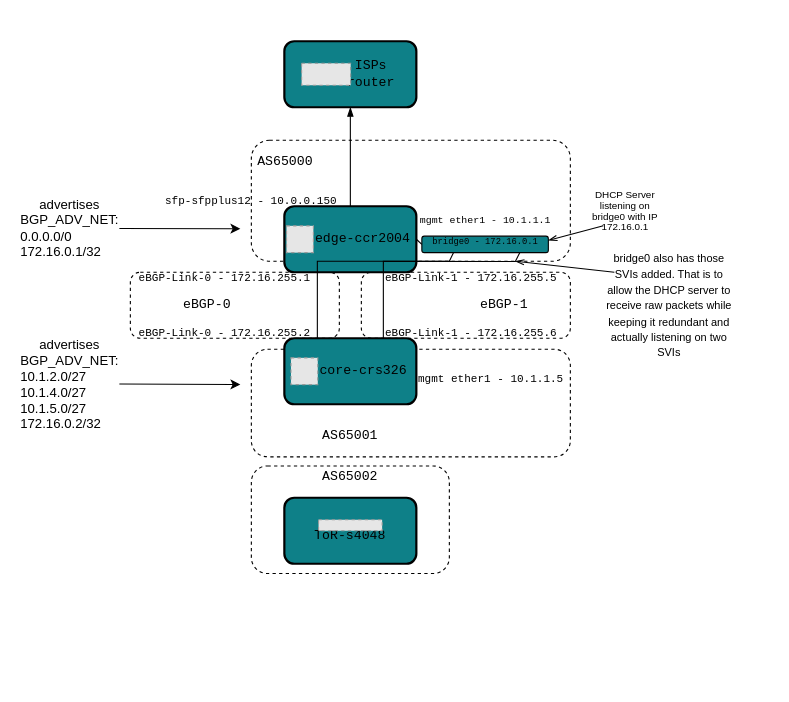
Andreansx/Networking-lab keeps this draw.io diagram as media/logical_diagram.drawio. Above is the earlier version. Source tidied: cells renumbered, new cells numbered last; positions are measured from the earlier drawing's top-left corner, leaving out a move shared by most shapes. Both pictures are drawn from the tidied source at 110%, with x=0, y=0 at pixel (20, 41). Pictures stored in the file or linked from it are replaced by grey dashed boxes.
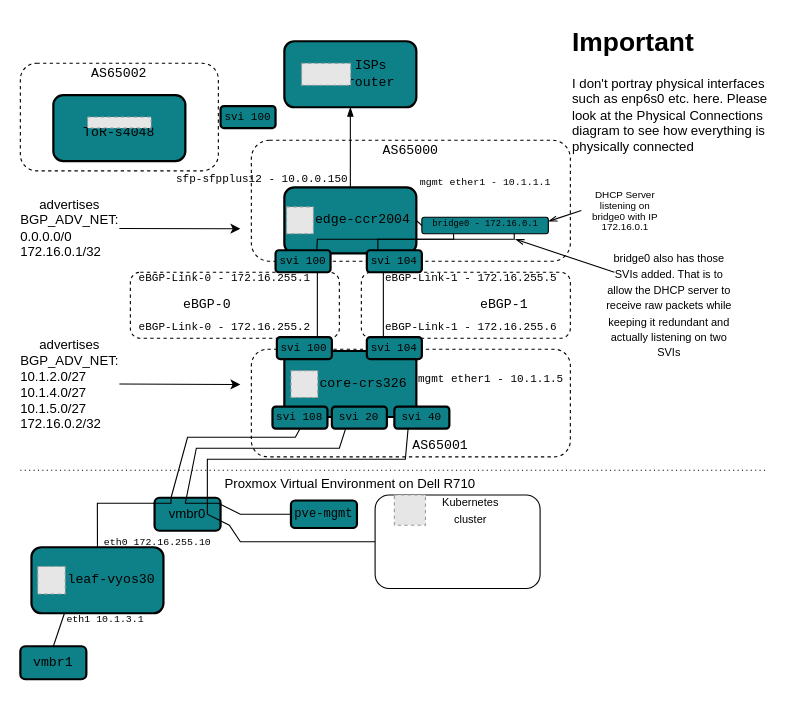
The same page after the edit.

The change refers to these unchanged cells:
```xml
<mxCell id="39" value="&lt;div style=&quot;line-height: 80%;&quot;&gt;&lt;font style=&quot;font-size: 9px; line-height: 80%;&quot;&gt;DHCP Server listening on bridge0 with IP 172.16.0.1&lt;/font&gt;&lt;/div&gt;" style="text;html=1;align=center;verticalAlign=middle;whiteSpace=wrap;rounded=0;" parent="1" vertex="1">
  <mxGeometry x="510" y="140" width="80" height="27.8" as="geometry" />
</mxCell>
```

Diff of the diagram source:
```diff
@@
+    <mxCell id="47" style="endArrow=none;dashed=1;html=1;dashPattern=1 3;strokeWidth=1;rounded=0;" parent="1" edge="1">
+      <mxGeometry relative="1" as="geometry">
+        <mxPoint y="390" as="sourcePoint" />
+        <mxPoint x="680" y="390" as="targetPoint" />
+      </mxGeometry>
+    </mxCell>
     <mxCell id="2" style="rounded=1;whiteSpace=wrap;html=1;fillColor=none;dashed=1;strokeColor=light-dark(#000000,#3333FF);" parent="1" vertex="1">
-      <mxGeometry x="210" y="386.1" width="180" height="97.8" as="geometry" />
+      <mxGeometry y="20" width="180" height="97.8" as="geometry" />
     </mxCell>
@@
-    <mxCell id="7" style="endArrow=none;html=1;rounded=0;exitX=0.25;exitY=0;exitDx=0;exitDy=0;entryX=0.25;entryY=1;entryDx=0;entryDy=0;" parent="1" edge="1" source="14" target="11">
-      <mxGeometry relative="1" as="geometry" />
+    <mxCell id="7" style="endArrow=none;html=1;rounded=0;" parent="1" edge="1">
+      <mxGeometry relative="1" as="geometry">
+        <mxPoint x="270" y="270" as="sourcePoint" />
+        <mxPoint x="270" y="210" as="targetPoint" />
+      </mxGeometry>
     </mxCell>
@@
     <mxCell id="10" style="rounded=1;whiteSpace=wrap;html=1;fillColor=light-dark(#0E8088,#1A1A1A);strokeColor=light-dark(#000000,#333333);strokeWidth=1;" parent="1" vertex="1">
-      <mxGeometry x="365" y="177.2" width="115" height="15" as="geometry" />
+      <mxGeometry x="365" y="160" width="115" height="15" as="geometry" />
     </mxCell>
     <mxCell id="11" style="rounded=1;whiteSpace=wrap;html=1;fillColor=light-dark(#0E8088,#1A1A1A);strokeColor=light-dark(#000000,#333333);strokeWidth=2;" parent="1" vertex="1">
-      <mxGeometry x="240" y="150" width="120" height="60" as="geometry" />
+      <mxGeometry x="240" y="132.8" width="120" height="60" as="geometry" />
     </mxCell>
     <mxCell id="12" style="fillColor=#E6E6E6;strokeColor=#999999;dashed=1;verticalLabelPosition=bottom;verticalAlign=top;" parent="1" vertex="1">
-      <mxGeometry x="242" y="167.8" width="24.4" height="24.4" as="geometry" />
+      <mxGeometry x="242" y="150.6" width="24.4" height="24.4" as="geometry" />
     </mxCell>
     <mxCell id="13" value="&lt;pre&gt;edge-ccr2004&lt;/pre&gt;" style="text;html=1;align=center;verticalAlign=middle;whiteSpace=wrap;rounded=0;" parent="1" vertex="1">
-      <mxGeometry x="266.4" y="175" width="90.6" height="10" as="geometry" />
+      <mxGeometry x="266.4" y="157.8" width="90.6" height="10" as="geometry" />
     </mxCell>
     <mxCell id="14" style="rounded=1;whiteSpace=wrap;html=1;fillColor=light-dark(#0E8088,#1A1A1A);strokeColor=light-dark(#000000,#333333);strokeWidth=2;" parent="1" vertex="1">
-      <mxGeometry x="240" y="270" width="120" height="60" as="geometry" />
+      <mxGeometry x="240" y="281.6" width="120" height="60" as="geometry" />
     </mxCell>
     <mxCell id="15" style="fillColor=#E6E6E6;strokeColor=#999999;dashed=1;verticalLabelPosition=bottom;verticalAlign=top;" parent="1" vertex="1">
-      <mxGeometry x="246" y="287.8" width="24.4" height="24.4" as="geometry" />
+      <mxGeometry x="246" y="299.5" width="24.4" height="24.4" as="geometry" />
     </mxCell>
     <mxCell id="16" value="&lt;pre&gt;core-crs326&lt;/pre&gt;" style="text;html=1;align=center;verticalAlign=middle;whiteSpace=wrap;rounded=0;" parent="1" vertex="1">
-      <mxGeometry x="270.4" y="295" width="83.6" height="10" as="geometry" />
+      <mxGeometry x="270.4" y="306.6" width="83.6" height="10" as="geometry" />
     </mxCell>
@@
     <mxCell id="18" value="&lt;pre&gt;&lt;font style=&quot;font-size: 10px;&quot;&gt;eBGP-Link-0 - 172.16.255.2&lt;/font&gt;&lt;/pre&gt;" style="text;html=1;align=center;verticalAlign=middle;whiteSpace=wrap;rounded=0;" parent="1" vertex="1">
-      <mxGeometry x="106.4" y="260" width="160" height="10" as="geometry" />
+      <mxGeometry x="106.4" y="255" width="160" height="10" as="geometry" />
     </mxCell>
@@
     <mxCell id="20" value="&lt;pre&gt;&lt;font style=&quot;font-size: 10px;&quot;&gt;eBGP-Link-1 - 172.16.255.6&lt;/font&gt;&lt;/pre&gt;" style="text;html=1;align=center;verticalAlign=middle;whiteSpace=wrap;rounded=0;" parent="1" vertex="1">
-      <mxGeometry x="330" y="260" width="160" height="10" as="geometry" />
+      <mxGeometry x="330" y="255" width="160" height="10" as="geometry" />
     </mxCell>
@@
     <mxCell id="23" value="&lt;pre&gt;&lt;font style=&quot;font-size: 10px;&quot;&gt;sfp-sfpplus12 - 10.0.0.150&lt;/font&gt;&lt;/pre&gt;" style="text;html=1;align=center;verticalAlign=middle;whiteSpace=wrap;rounded=0;" parent="1" vertex="1">
-      <mxGeometry x="130" y="140" width="160" height="10" as="geometry" />
+      <mxGeometry x="140.3" y="120" width="160" height="10" as="geometry" />
     </mxCell>
@@
     <mxCell id="26" value="&lt;pre&gt;&lt;font style=&quot;font-size: 9px;&quot;&gt;mgmt ether1 - 10.1.1.1&lt;/font&gt;&lt;/pre&gt;" style="text;html=1;align=center;verticalAlign=middle;whiteSpace=wrap;rounded=0;" parent="1" vertex="1">
-      <mxGeometry x="362.5" y="157.8" width="120" height="10" as="geometry" />
+      <mxGeometry x="362.5" y="122.8" width="120" height="10" as="geometry" />
     </mxCell>
     <mxCell id="27" value="&lt;pre&gt;AS65000&lt;/pre&gt;" style="text;html=1;align=center;verticalAlign=middle;whiteSpace=wrap;rounded=0;fontColor=light-dark(#000000,#3333FF);" parent="1" vertex="1">
-      <mxGeometry x="216.4" y="100" width="50" height="20" as="geometry" />
+      <mxGeometry x="330" y="90" width="50" height="20" as="geometry" />
     </mxCell>
     <mxCell id="28" value="&lt;pre&gt;AS65001&lt;/pre&gt;" style="text;html=1;align=center;verticalAlign=middle;whiteSpace=wrap;rounded=0;fontColor=light-dark(#000000,#3333FF);" parent="1" vertex="1">
-      <mxGeometry x="275" y="348.9" width="50" height="20" as="geometry" />
+      <mxGeometry x="357" y="357.8" width="50" height="20" as="geometry" />
     </mxCell>
@@
     <mxCell id="33" value="&lt;pre&gt;&lt;font style=&quot;font-size: 8px;&quot;&gt;bridge0 - 172.16.0.1&lt;/font&gt;&lt;/pre&gt;" style="text;html=1;align=center;verticalAlign=middle;whiteSpace=wrap;rounded=0;" parent="1" vertex="1">
-      <mxGeometry x="372.5" y="177.2" width="100" height="10" as="geometry" />
+      <mxGeometry x="372.5" y="160" width="100" height="10" as="geometry" />
     </mxCell>
@@
-    <mxCell id="37" style="endArrow=none;html=1;rounded=0;entryX=0.25;entryY=1;entryDx=0;entryDy=0;strokeColor=light-dark(#000000,#E84816);" parent="1" edge="1" target="10">
-      <mxGeometry relative="1" as="geometry">
-        <mxPoint x="270" y="210" as="sourcePoint" />
-        <Array as="points">
-          <mxPoint x="270" y="200" />
-          <mxPoint x="390" y="200" />
-        </Array>
-      </mxGeometry>
-    </mxCell>
-    <mxCell id="38" style="endArrow=none;html=1;rounded=0;entryX=0.25;entryY=1;entryDx=0;entryDy=0;strokeColor=light-dark(#000000,#E84816);" parent="1" edge="1">
-      <mxGeometry relative="1" as="geometry">
-        <mxPoint x="330" y="210.2" as="sourcePoint" />
-        <mxPoint x="454" y="192.2" as="targetPoint" />
-        <Array as="points">
-          <mxPoint x="330" y="200" />
-          <mxPoint x="450" y="200.2" />
-        </Array>
-      </mxGeometry>
-    </mxCell>
@@
-    <mxCell id="40" style="endArrow=openThin;html=1;rounded=0;exitX=0.25;exitY=1;exitDx=0;exitDy=0;entryX=1;entryY=0.25;entryDx=0;entryDy=0;endFill=0;" parent="1" edge="1" source="39" target="10">
+    <mxCell id="40" style="endArrow=openThin;html=1;rounded=0;exitX=0;exitY=0.5;exitDx=0;exitDy=0;entryX=1;entryY=0.25;entryDx=0;entryDy=0;endFill=0;" parent="1" edge="1" source="39" target="10">
       <mxGeometry relative="1" as="geometry" />
     </mxCell>
     <mxCell id="41" style="endArrow=openThin;html=1;rounded=0;endFill=0;strokeColor=light-dark(#000000,#E84816);jumpStyle=none;flowAnimation=0;shadow=0;" parent="1" edge="1">
       <mxGeometry relative="1" as="geometry">
         <mxPoint x="540" y="210" as="sourcePoint" />
-        <mxPoint x="450" y="200" as="targetPoint" />
+        <mxPoint x="450" y="180" as="targetPoint" />
       </mxGeometry>
     </mxCell>
@@
     <mxCell id="43" style="rounded=1;whiteSpace=wrap;html=1;fillColor=light-dark(#0E8088,#1A1A1A);strokeColor=light-dark(#000000,#333333);strokeWidth=2;" parent="1" vertex="1">
-      <mxGeometry x="240" y="415" width="120" height="60" as="geometry" />
+      <mxGeometry x="30" y="48.9" width="120" height="60" as="geometry" />
     </mxCell>
     <mxCell id="44" value="&lt;pre&gt;ToR-s4048&lt;/pre&gt;" style="text;html=1;align=center;verticalAlign=middle;whiteSpace=wrap;rounded=0;" parent="1" vertex="1">
-      <mxGeometry x="268.2" y="445" width="63.6" height="10" as="geometry" />
+      <mxGeometry x="58.2" y="78.9" width="63.6" height="10" as="geometry" />
     </mxCell>
     <mxCell id="45" style="fillColor=#E6E6E6;strokeColor=#999999;dashed=1;verticalLabelPosition=bottom;verticalAlign=top;" parent="1" vertex="1">
-      <mxGeometry x="271.1" y="435" width="57.8" height="10" as="geometry" />
+      <mxGeometry x="61.1" y="68.9" width="57.8" height="10" as="geometry" />
     </mxCell>
     <mxCell id="46" value="&lt;pre&gt;AS65002&lt;/pre&gt;" style="text;html=1;align=center;verticalAlign=middle;whiteSpace=wrap;rounded=0;fontColor=light-dark(#000000,#3333FF);" parent="1" vertex="1">
-      <mxGeometry x="275" y="386.1" width="50" height="20" as="geometry" />
+      <mxGeometry x="65" y="20" width="50" height="20" as="geometry" />
     </mxCell>
+    <mxCell id="48" value="&lt;pre&gt;&lt;font style=&quot;font-size: 10px;&quot;&gt;svi 100&lt;/font&gt;&lt;/pre&gt;" style="rounded=1;whiteSpace=wrap;html=1;fillColor=light-dark(#0E8088,#1A1A1A);strokeColor=light-dark(#000000,#333333);strokeWidth=2;" parent="1" vertex="1">
+      <mxGeometry x="232" y="190" width="50" height="20" as="geometry" />
+    </mxCell>
+    <mxCell id="49" value="&lt;pre&gt;&lt;font style=&quot;font-size: 10px;&quot;&gt;svi 100&lt;/font&gt;&lt;/pre&gt;" style="rounded=1;whiteSpace=wrap;html=1;fillColor=light-dark(#0E8088,#1A1A1A);strokeColor=light-dark(#000000,#333333);strokeWidth=2;" parent="1" vertex="1">
+      <mxGeometry x="182" y="58.9" width="50" height="20" as="geometry" />
+    </mxCell>
+    <mxCell id="50" value="&lt;pre&gt;&lt;font style=&quot;font-size: 10px;&quot;&gt;svi 104&lt;/font&gt;&lt;/pre&gt;" style="rounded=1;whiteSpace=wrap;html=1;fillColor=light-dark(#0E8088,#1A1A1A);strokeColor=light-dark(#000000,#333333);strokeWidth=2;" parent="1" vertex="1">
+      <mxGeometry x="315" y="190" width="50" height="20" as="geometry" />
+    </mxCell>
+    <mxCell id="51" style="endArrow=none;html=1;rounded=0;exitX=0.75;exitY=0;exitDx=0;exitDy=0;entryX=0.25;entryY=1;entryDx=0;entryDy=0;strokeColor=light-dark(#000000,#E84816);" parent="1" edge="1" source="48" target="10">
+      <mxGeometry relative="1" as="geometry">
+        <Array as="points">
+          <mxPoint x="270" y="180" />
+          <mxPoint x="394" y="180" />
+        </Array>
+      </mxGeometry>
+    </mxCell>
+    <mxCell id="52" style="endArrow=none;html=1;rounded=0;exitX=0.75;exitY=0;exitDx=0;exitDy=0;entryX=0.25;entryY=1;entryDx=0;entryDy=0;strokeColor=light-dark(#000000,#E84816);" parent="1" edge="1">
+      <mxGeometry relative="1" as="geometry">
+        <mxPoint x="325" y="190" as="sourcePoint" />
+        <mxPoint x="449" y="175" as="targetPoint" />
+        <Array as="points">
+          <mxPoint x="325" y="180" />
+          <mxPoint x="449" y="180" />
+        </Array>
+      </mxGeometry>
+    </mxCell>
+    <mxCell id="53" value="&lt;pre&gt;&lt;font style=&quot;font-size: 10px;&quot;&gt;svi 100&lt;/font&gt;&lt;/pre&gt;" style="rounded=1;whiteSpace=wrap;html=1;fillColor=light-dark(#0E8088,#1A1A1A);strokeColor=light-dark(#000000,#333333);strokeWidth=2;" parent="1" vertex="1">
+      <mxGeometry x="233.2" y="268.9" width="50" height="20" as="geometry" />
+    </mxCell>
+    <mxCell id="54" value="&lt;pre&gt;&lt;font style=&quot;font-size: 10px;&quot;&gt;svi 104&lt;/font&gt;&lt;/pre&gt;" style="rounded=1;whiteSpace=wrap;html=1;fillColor=light-dark(#0E8088,#1A1A1A);strokeColor=light-dark(#000000,#333333);strokeWidth=2;" parent="1" vertex="1">
+      <mxGeometry x="315" y="268.9" width="50" height="20" as="geometry" />
+    </mxCell>
+    <mxCell id="55" value="Proxmox Virtual Environment on Dell R710" style="text;html=1;align=center;verticalAlign=middle;whiteSpace=wrap;rounded=0;" parent="1" vertex="1">
+      <mxGeometry x="185" y="392.5" width="230" height="20" as="geometry" />
+    </mxCell>
+    <mxCell id="56" style="rounded=1;whiteSpace=wrap;html=1;fillColor=light-dark(#0E8088,#1A1A1A);strokeColor=light-dark(#000000,#333333);strokeWidth=2;" parent="1" vertex="1">
+      <mxGeometry x="122" y="415" width="60" height="30" as="geometry" />
+    </mxCell>
+    <mxCell id="57" value="vmbr0" style="text;html=1;align=center;verticalAlign=middle;whiteSpace=wrap;rounded=0;" parent="1" vertex="1">
+      <mxGeometry x="132.2" y="425" width="39.6" height="10" as="geometry" />
+    </mxCell>
+    <mxCell id="58" value="&lt;h1 style=&quot;margin-top: 0px;&quot;&gt;Important&lt;/h1&gt;&lt;p&gt;I don't portray physical interfaces such as enp6s0 etc. here. Please look at the Physical Connections diagram to see how everything is physically connected&lt;/p&gt;" style="text;html=1;whiteSpace=wrap;overflow=hidden;rounded=0;" parent="1" vertex="1">
+      <mxGeometry x="500" y="-20" width="180" height="120" as="geometry" />
+    </mxCell>
+    <mxCell id="59" value="&lt;pre&gt;&lt;font style=&quot;font-size: 10px;&quot;&gt;svi 108&lt;/font&gt;&lt;/pre&gt;" style="rounded=1;whiteSpace=wrap;html=1;fillColor=light-dark(#0E8088,#1A1A1A);strokeColor=light-dark(#000000,#333333);strokeWidth=2;" parent="1" vertex="1">
+      <mxGeometry x="229.2" y="332.2" width="50" height="20" as="geometry" />
+    </mxCell>
+    <mxCell id="60" style="endArrow=none;html=1;rounded=0;exitX=0.25;exitY=0;exitDx=0;exitDy=0;entryX=0.5;entryY=1;entryDx=0;entryDy=0;strokeColor=light-dark(#000000,#E84816);" parent="1" edge="1" source="56" target="59">
+      <mxGeometry relative="1" as="geometry">
+        <Array as="points">
+          <mxPoint x="152" y="360" />
+          <mxPoint x="250" y="360" />
+        </Array>
+      </mxGeometry>
+    </mxCell>
+    <mxCell id="61" style="rounded=1;whiteSpace=wrap;html=1;fillColor=light-dark(#0E8088,#1A1A1A);strokeColor=light-dark(#000000,#333333);strokeWidth=2;" parent="1" vertex="1">
+      <mxGeometry x="10.1" y="460" width="120" height="60" as="geometry" />
+    </mxCell>
+    <mxCell id="62" value="&lt;pre&gt;leaf-vyos30&lt;/pre&gt;" style="text;html=1;align=center;verticalAlign=middle;whiteSpace=wrap;rounded=0;" parent="1" vertex="1">
+      <mxGeometry x="40.8" y="485" width="83.6" height="10" as="geometry" />
+    </mxCell>
+    <mxCell id="63" style="fillColor=#E6E6E6;strokeColor=#999999;dashed=1;verticalLabelPosition=bottom;verticalAlign=top;" parent="1" vertex="1">
+      <mxGeometry x="15.8" y="477.5" width="25" height="25" as="geometry" />
+    </mxCell>
+    <mxCell id="64" style="endArrow=none;html=1;rounded=0;exitX=0.5;exitY=0;exitDx=0;exitDy=0;entryX=0.25;entryY=0;entryDx=0;entryDy=0;strokeColor=light-dark(#000000,#E84816);" parent="1" edge="1" source="61" target="56">
+      <mxGeometry relative="1" as="geometry">
+        <Array as="points">
+          <mxPoint x="70" y="420" />
+          <mxPoint x="137" y="420" />
+        </Array>
+      </mxGeometry>
+    </mxCell>
+    <mxCell id="65" value="&lt;pre&gt;&lt;font style=&quot;font-size: 9px;&quot;&gt;eth0 172.16.255.10&lt;/font&gt;&lt;/pre&gt;" style="text;html=1;align=center;verticalAlign=middle;whiteSpace=wrap;rounded=0;" parent="1" vertex="1">
+      <mxGeometry x="79.9" y="450" width="90" height="10" as="geometry" />
+    </mxCell>
+    <mxCell id="66" value="&lt;pre&gt;&lt;font style=&quot;font-size: 11px;&quot;&gt;pve-mgmt&lt;/font&gt;&lt;/pre&gt;" style="rounded=1;whiteSpace=wrap;html=1;fillColor=light-dark(#0E8088,#1A1A1A);strokeColor=light-dark(#000000,#333333);strokeWidth=2;" parent="1" vertex="1">
+      <mxGeometry x="246" y="417.5" width="60" height="25" as="geometry" />
+    </mxCell>
+    <mxCell id="67" value="&lt;pre&gt;&lt;font style=&quot;font-size: 10px;&quot;&gt;svi 20&lt;/font&gt;&lt;/pre&gt;" style="rounded=1;whiteSpace=wrap;html=1;fillColor=light-dark(#0E8088,#1A1A1A);strokeColor=light-dark(#000000,#333333);strokeWidth=2;" parent="1" vertex="1">
+      <mxGeometry x="283.2" y="332.2" width="50" height="20" as="geometry" />
+    </mxCell>
+    <mxCell id="68" style="endArrow=none;html=1;rounded=0;entryX=0.25;entryY=1;entryDx=0;entryDy=0;exitX=0;exitY=0.5;exitDx=0;exitDy=0;strokeColor=light-dark(#000000,#FF8000);" parent="1" edge="1" source="66" target="67">
+      <mxGeometry relative="1" as="geometry">
+        <Array as="points">
+          <mxPoint x="200" y="430" />
+          <mxPoint x="180" y="420" />
+          <mxPoint x="150" y="420" />
+          <mxPoint x="160" y="370" />
+          <mxPoint x="290" y="370" />
+        </Array>
+      </mxGeometry>
+    </mxCell>
+    <mxCell id="69" value="&lt;pre&gt;vmbr1&lt;/pre&gt;" style="rounded=1;whiteSpace=wrap;html=1;fillColor=light-dark(#0E8088,#1A1A1A);strokeColor=light-dark(#000000,#333333);strokeWidth=2;" parent="1" vertex="1">
+      <mxGeometry y="550" width="60" height="30" as="geometry" />
+    </mxCell>
+    <mxCell id="70" style="endArrow=none;html=1;rounded=0;exitX=0.5;exitY=0;exitDx=0;exitDy=0;entryX=0.25;entryY=1;entryDx=0;entryDy=0;strokeColor=light-dark(#000000,#E84816);" parent="1" edge="1" source="69" target="61">
+      <mxGeometry relative="1" as="geometry" />
+    </mxCell>
+    <mxCell id="71" value="&lt;pre&gt;&lt;font style=&quot;font-size: 9px;&quot;&gt;eth1 10.1.3.1&lt;/font&gt;&lt;/pre&gt;" style="text;html=1;align=center;verticalAlign=middle;whiteSpace=wrap;rounded=0;" parent="1" vertex="1">
+      <mxGeometry x="45" y="520" width="65" height="10" as="geometry" />
+    </mxCell>
+    <mxCell id="72" style="rounded=1;whiteSpace=wrap;html=1;fillColor=none;strokeColor=light-dark(#000000,#3333FF);" parent="1" vertex="1">
+      <mxGeometry x="322.5" y="412.5" width="150" height="85" as="geometry" />
+    </mxCell>
+    <mxCell id="73" value="&lt;pre&gt;&lt;font style=&quot;font-size: 10px;&quot;&gt;svi 40&lt;/font&gt;&lt;/pre&gt;" style="rounded=1;whiteSpace=wrap;html=1;fillColor=light-dark(#0E8088,#1A1A1A);strokeColor=light-dark(#000000,#333333);strokeWidth=2;" parent="1" vertex="1">
+      <mxGeometry x="340" y="332.2" width="50" height="20" as="geometry" />
+    </mxCell>
+    <mxCell id="74" style="endArrow=none;html=1;rounded=0;entryX=0.25;entryY=1;entryDx=0;entryDy=0;exitX=0;exitY=0.5;exitDx=0;exitDy=0;strokeColor=light-dark(#000000,#3333FF);" parent="1" edge="1" source="72" target="73">
+      <mxGeometry relative="1" as="geometry">
+        <Array as="points">
+          <mxPoint x="200" y="455" />
+          <mxPoint x="190" y="440" />
+          <mxPoint x="170" y="430" />
+          <mxPoint x="170" y="380" />
+          <mxPoint x="350" y="380" />
+        </Array>
+      </mxGeometry>
+    </mxCell>
+    <mxCell id="75" style="fillColor=#E6E6E6;strokeColor=#999999;dashed=1;verticalLabelPosition=bottom;verticalAlign=top;" parent="1" vertex="1">
+      <mxGeometry x="340" y="412.5" width="28.3" height="27.5" as="geometry" />
+    </mxCell>
+    <mxCell id="76" value="&lt;font style=&quot;font-size: 10px;&quot;&gt;Kubernetes cluster&lt;/font&gt;" style="text;html=1;align=center;verticalAlign=middle;whiteSpace=wrap;rounded=0;" parent="1" vertex="1">
+      <mxGeometry x="366.6" y="421.2" width="85" height="10" as="geometry" />
+    </mxCell>
```
